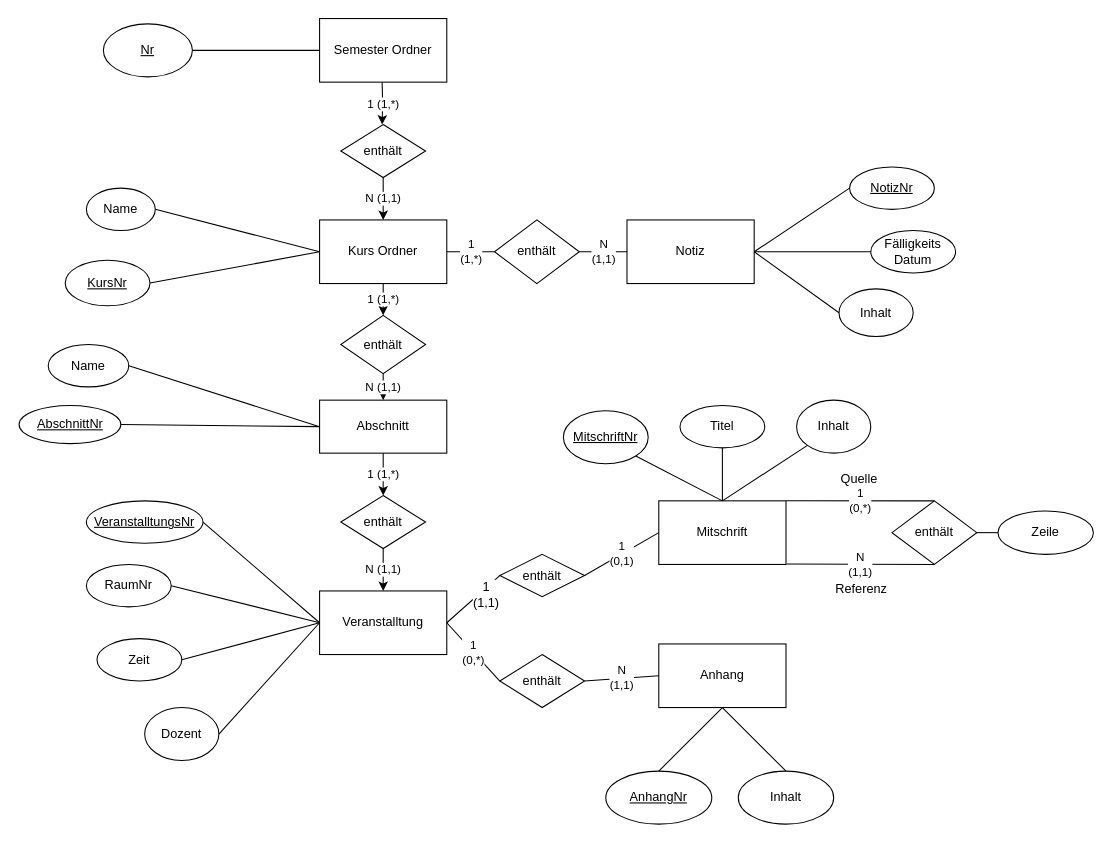
Before: todayERD.drawio in jdsee/today, a draw.io diagram. Source tidied: cells renumbered, new cells numbered last; positions are measured from the earlier drawing's top-left corner, leaving out a move shared by most shapes. Both pictures are drawn from the tidied source at 106%, with x=0, y=0 at pixel (18, 18).
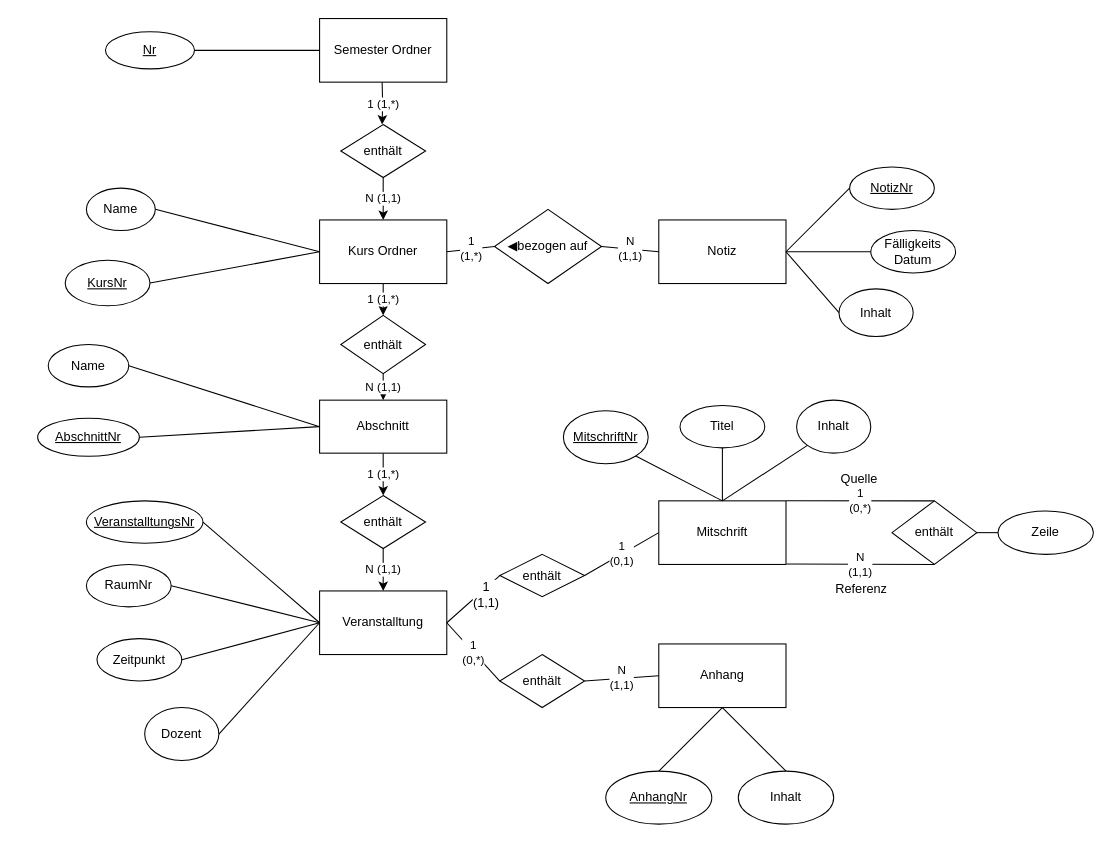
Above is the later version.

Diff of the diagram source:
```diff
@@
-    <mxCell id="20" value="Zeit" style="ellipse;whiteSpace=wrap;html=1;" parent="1" vertex="1">
+    <mxCell id="20" value="Zeitpunkt" style="ellipse;whiteSpace=wrap;html=1;" parent="1" vertex="1">
       <mxGeometry x="74" y="585" width="80" height="40" as="geometry" />
     </mxCell>
@@
     <mxCell id="26" value="&lt;u&gt;Nr&lt;/u&gt;" style="ellipse;whiteSpace=wrap;html=1;" parent="1" vertex="1">
-      <mxGeometry x="80" y="5" width="84" height="50" as="geometry" />
+      <mxGeometry x="82" y="12.5" width="84" height="35" as="geometry" />
     </mxCell>
@@
     <mxCell id="34" value="Notiz" style="rounded=0;whiteSpace=wrap;html=1;" parent="1" vertex="1">
-      <mxGeometry x="574" y="190" width="120" height="60" as="geometry" />
+      <mxGeometry x="604" y="190" width="120" height="60" as="geometry" />
     </mxCell>
-    <mxCell id="35" value="enthält" style="rhombus;whiteSpace=wrap;html=1;" parent="1" vertex="1">
-      <mxGeometry x="449" y="190" width="80" height="60" as="geometry" />
+    <mxCell id="35" value="&lt;span style=&quot;text-align: left ; white-space: nowrap&quot;&gt;◀︎&lt;/span&gt;bezogen auf" style="rhombus;whiteSpace=wrap;html=1;" parent="1" vertex="1">
+      <mxGeometry x="449" y="180" width="101" height="70" as="geometry" />
     </mxCell>
@@
     <mxCell id="66" value="&lt;u&gt;AbschnittNr&lt;/u&gt;" style="ellipse;whiteSpace=wrap;html=1;" parent="1" vertex="1">
-      <mxGeometry x="0.5" y="365" width="96" height="36" as="geometry" />
+      <mxGeometry x="18" y="377" width="96" height="36" as="geometry" />
     </mxCell>
```
